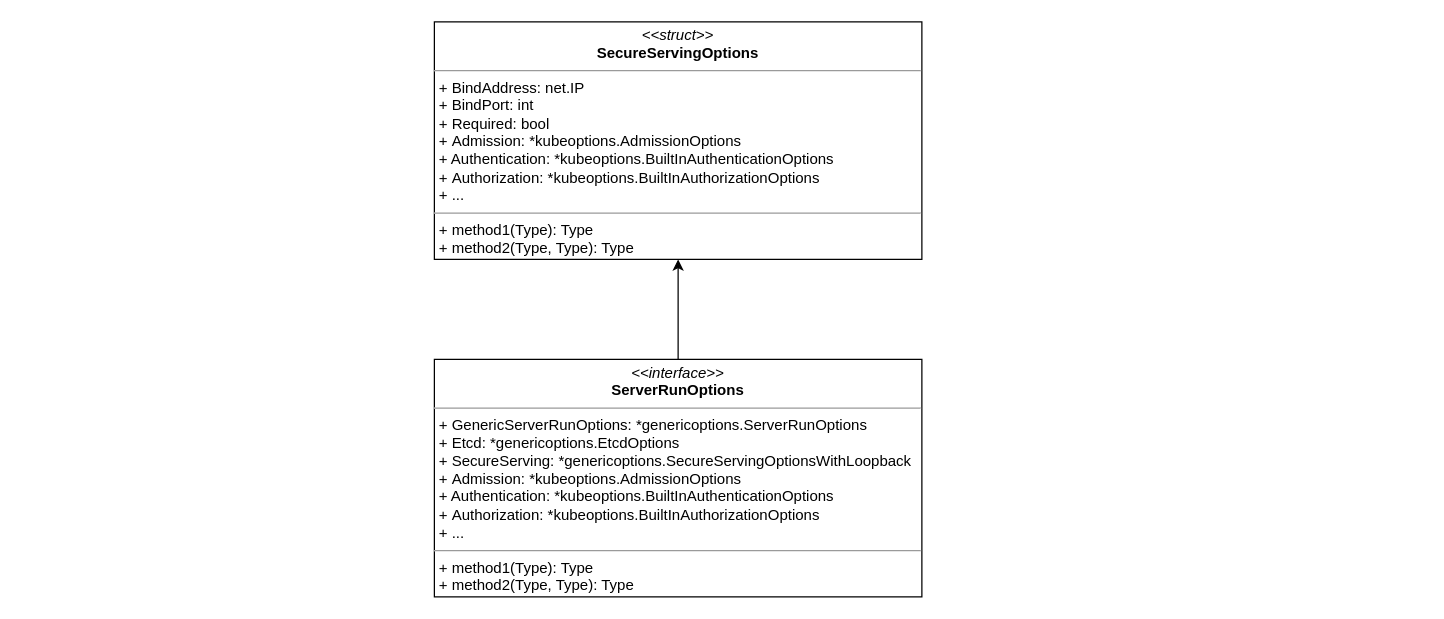
Richard-Joe/draw-io keeps this draw.io diagram as apiserver.drawio. Above is the earlier version. Source tidied: cells renumbered, new cells numbered last; positions are measured from the earlier drawing's top-left corner, leaving out a move shared by most shapes. Both pictures are drawn from the tidied source at 125%, with x=0, y=0 at pixel (434, 21).
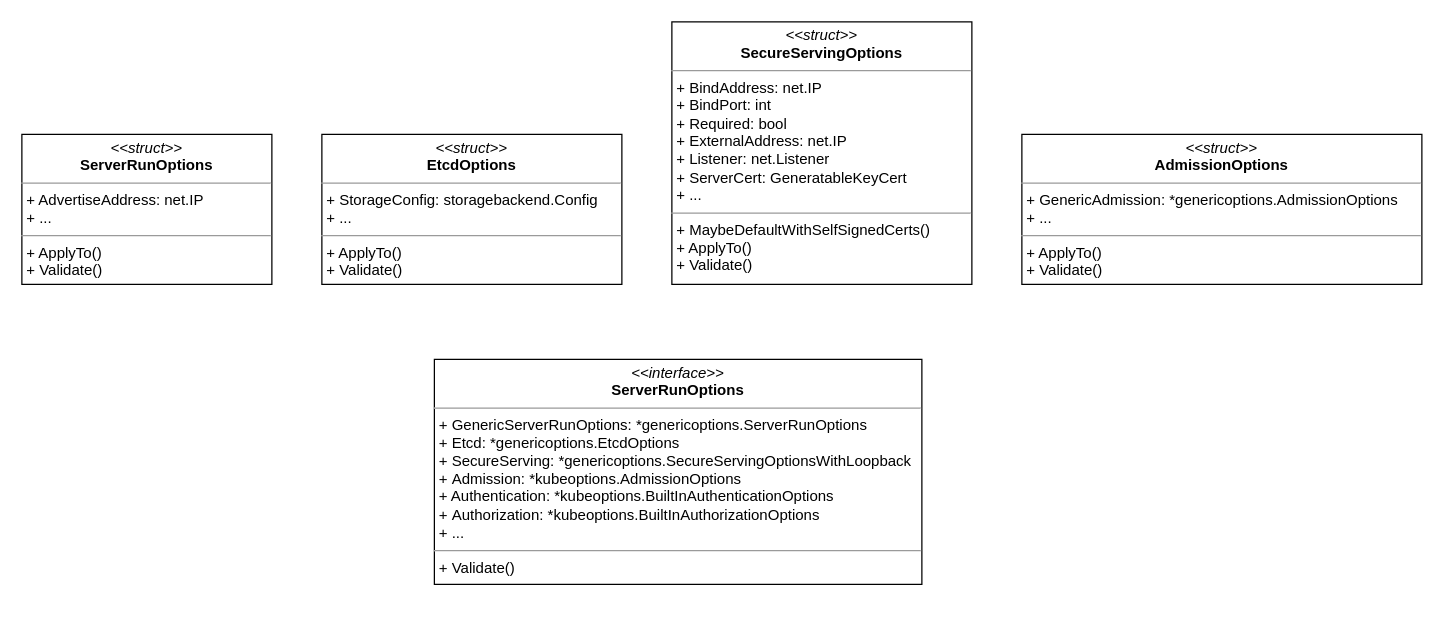
Above is the later version.

The edit, as a diff of the source:
```diff
@@
 <mxGraphModel>
   <root>
     <mxCell id="0" />
     <mxCell id="1" parent="0" />
-    <mxCell id="2" style="edgeStyle=orthogonalEdgeStyle;rounded=0;jettySize=auto;html=1;" parent="1" edge="1" source="3" target="4">
-      <mxGeometry relative="1" as="geometry" />
-    </mxCell>
-    <mxCell id="3" value="&lt;p style=&quot;margin: 0px ; margin-top: 4px ; text-align: center&quot;&gt;&lt;i&gt;&amp;lt;&amp;lt;interface&amp;gt;&amp;gt;&lt;/i&gt;&lt;br&gt;&lt;b&gt;ServerRunOptions&lt;/b&gt;&lt;br&gt;&lt;/p&gt;&lt;hr size=&quot;1&quot;&gt;&lt;p style=&quot;margin: 0px ; margin-left: 4px&quot;&gt;+ GenericServerRunOptions: *genericoptions.ServerRunOptions&lt;br&gt;+ Etcd: *genericoptions.EtcdOptions&lt;/p&gt;&lt;p style=&quot;margin: 0px ; margin-left: 4px&quot;&gt;+&amp;nbsp;SecureServing:&amp;nbsp;*genericoptions.SecureServingOptionsWithLoopback&lt;/p&gt;&lt;p style=&quot;margin: 0px ; margin-left: 4px&quot;&gt;+&amp;nbsp;Admission:&amp;nbsp;*kubeoptions.AdmissionOptions&lt;/p&gt;&lt;p style=&quot;margin: 0px ; margin-left: 4px&quot;&gt;+ Authentication:&amp;nbsp;*kubeoptions.BuiltInAuthenticationOptions&lt;/p&gt;&lt;p style=&quot;margin: 0px ; margin-left: 4px&quot;&gt;+&amp;nbsp;Authorization:&amp;nbsp;*kubeoptions.BuiltInAuthorizationOptions&lt;/p&gt;&lt;p style=&quot;margin: 0px ; margin-left: 4px&quot;&gt;+ ...&lt;/p&gt;&lt;hr size=&quot;1&quot;&gt;&lt;p style=&quot;margin: 0px ; margin-left: 4px&quot;&gt;+ method1(Type): Type&lt;br&gt;+ method2(Type, Type): Type&lt;/p&gt;" style="verticalAlign=top;align=left;overflow=fill;fontSize=12;fontFamily=Helvetica;html=1;" parent="1" vertex="1">
-      <mxGeometry y="270" width="390" height="190" as="geometry" />
+    <mxCell id="3" value="&lt;p style=&quot;margin: 0px ; margin-top: 4px ; text-align: center&quot;&gt;&lt;i&gt;&amp;lt;&amp;lt;interface&amp;gt;&amp;gt;&lt;/i&gt;&lt;br&gt;&lt;b&gt;ServerRunOptions&lt;/b&gt;&lt;br&gt;&lt;/p&gt;&lt;hr size=&quot;1&quot;&gt;&lt;p style=&quot;margin: 0px ; margin-left: 4px&quot;&gt;+ GenericServerRunOptions: *genericoptions.ServerRunOptions&lt;br&gt;+ Etcd: *genericoptions.EtcdOptions&lt;/p&gt;&lt;p style=&quot;margin: 0px ; margin-left: 4px&quot;&gt;+&amp;nbsp;SecureServing:&amp;nbsp;*genericoptions.SecureServingOptionsWithLoopback&lt;/p&gt;&lt;p style=&quot;margin: 0px ; margin-left: 4px&quot;&gt;+&amp;nbsp;Admission:&amp;nbsp;*kubeoptions.AdmissionOptions&lt;/p&gt;&lt;p style=&quot;margin: 0px ; margin-left: 4px&quot;&gt;+ Authentication:&amp;nbsp;*kubeoptions.BuiltInAuthenticationOptions&lt;/p&gt;&lt;p style=&quot;margin: 0px ; margin-left: 4px&quot;&gt;+&amp;nbsp;Authorization:&amp;nbsp;*kubeoptions.BuiltInAuthorizationOptions&lt;/p&gt;&lt;p style=&quot;margin: 0px ; margin-left: 4px&quot;&gt;+ ...&lt;/p&gt;&lt;hr size=&quot;1&quot;&gt;&lt;p style=&quot;margin: 0px ; margin-left: 4px&quot;&gt;+ Validate()&lt;br&gt;&lt;/p&gt;" style="verticalAlign=top;align=left;overflow=fill;fontSize=12;fontFamily=Helvetica;html=1;" parent="1" vertex="1">
+      <mxGeometry y="270" width="390" height="180" as="geometry" />
     </mxCell>
-    <mxCell id="4" value="&lt;p style=&quot;margin: 0px ; margin-top: 4px ; text-align: center&quot;&gt;&lt;i&gt;&amp;lt;&amp;lt;struct&amp;gt;&amp;gt;&lt;/i&gt;&lt;br&gt;&lt;b&gt;SecureServingOptions&lt;/b&gt;&lt;br&gt;&lt;/p&gt;&lt;hr size=&quot;1&quot;&gt;&lt;p style=&quot;margin: 0px ; margin-left: 4px&quot;&gt;+ BindAddress: net.IP&lt;br&gt;+ BindPort: int&lt;/p&gt;&lt;p style=&quot;margin: 0px ; margin-left: 4px&quot;&gt;+&amp;nbsp;Required:&amp;nbsp;bool&lt;/p&gt;&lt;p style=&quot;margin: 0px ; margin-left: 4px&quot;&gt;+&amp;nbsp;Admission:&amp;nbsp;*kubeoptions.AdmissionOptions&lt;/p&gt;&lt;p style=&quot;margin: 0px ; margin-left: 4px&quot;&gt;+ Authentication:&amp;nbsp;*kubeoptions.BuiltInAuthenticationOptions&lt;/p&gt;&lt;p style=&quot;margin: 0px ; margin-left: 4px&quot;&gt;+&amp;nbsp;Authorization:&amp;nbsp;*kubeoptions.BuiltInAuthorizationOptions&lt;/p&gt;&lt;p style=&quot;margin: 0px ; margin-left: 4px&quot;&gt;+ ...&lt;/p&gt;&lt;hr size=&quot;1&quot;&gt;&lt;p style=&quot;margin: 0px ; margin-left: 4px&quot;&gt;+ method1(Type): Type&lt;br&gt;+ method2(Type, Type): Type&lt;/p&gt;" style="verticalAlign=top;align=left;overflow=fill;fontSize=12;fontFamily=Helvetica;html=1;" parent="1" vertex="1">
-      <mxGeometry width="390" height="190" as="geometry" />
+    <mxCell id="4" value="&lt;p style=&quot;margin: 0px ; margin-top: 4px ; text-align: center&quot;&gt;&lt;i&gt;&amp;lt;&amp;lt;struct&amp;gt;&amp;gt;&lt;/i&gt;&lt;br&gt;&lt;b&gt;SecureServingOptions&lt;/b&gt;&lt;br&gt;&lt;/p&gt;&lt;hr size=&quot;1&quot;&gt;&lt;p style=&quot;margin: 0px ; margin-left: 4px&quot;&gt;+ BindAddress: net.IP&lt;br&gt;+ BindPort: int&lt;/p&gt;&lt;p style=&quot;margin: 0px ; margin-left: 4px&quot;&gt;+&amp;nbsp;Required:&amp;nbsp;bool&lt;/p&gt;&lt;p style=&quot;margin: 0px ; margin-left: 4px&quot;&gt;+&amp;nbsp;ExternalAddress:&amp;nbsp;net.IP&lt;/p&gt;&lt;p style=&quot;margin: 0px ; margin-left: 4px&quot;&gt;+ Listener:&amp;nbsp;net.Listener&lt;/p&gt;&lt;p style=&quot;margin: 0px ; margin-left: 4px&quot;&gt;+&amp;nbsp;ServerCert:&amp;nbsp;GeneratableKeyCert&lt;/p&gt;&lt;p style=&quot;margin: 0px ; margin-left: 4px&quot;&gt;+ ...&lt;/p&gt;&lt;hr size=&quot;1&quot;&gt;&lt;p style=&quot;margin: 0px ; margin-left: 4px&quot;&gt;+ MaybeDefaultWithSelfSignedCerts()&lt;br&gt;+ ApplyTo()&lt;/p&gt;&lt;p style=&quot;margin: 0px ; margin-left: 4px&quot;&gt;+&amp;nbsp;Validate()&lt;/p&gt;" style="verticalAlign=top;align=left;overflow=fill;fontSize=12;fontFamily=Helvetica;html=1;" parent="1" vertex="1">
+      <mxGeometry x="190" width="240" height="210" as="geometry" />
     </mxCell>
+    <mxCell id="5" value="&lt;p style=&quot;margin: 0px ; margin-top: 4px ; text-align: center&quot;&gt;&lt;i&gt;&amp;lt;&amp;lt;struct&amp;gt;&amp;gt;&lt;/i&gt;&lt;br&gt;&lt;b&gt;ServerRunOptions&lt;/b&gt;&lt;br&gt;&lt;/p&gt;&lt;hr size=&quot;1&quot;&gt;&lt;p style=&quot;margin: 0px ; margin-left: 4px&quot;&gt;+ AdvertiseAddress: net.IP&lt;br&gt;&lt;/p&gt;&lt;p style=&quot;margin: 0px ; margin-left: 4px&quot;&gt;+ ...&lt;/p&gt;&lt;hr size=&quot;1&quot;&gt;&lt;p style=&quot;margin: 0px ; margin-left: 4px&quot;&gt;+ ApplyTo()&lt;/p&gt;&lt;p style=&quot;margin: 0px ; margin-left: 4px&quot;&gt;+&amp;nbsp;Validate()&lt;/p&gt;" style="verticalAlign=top;align=left;overflow=fill;fontSize=12;fontFamily=Helvetica;html=1;" parent="1" vertex="1">
+      <mxGeometry x="-330" y="90" width="200" height="120" as="geometry" />
+    </mxCell>
+    <mxCell id="6" value="&lt;p style=&quot;margin: 0px ; margin-top: 4px ; text-align: center&quot;&gt;&lt;i&gt;&amp;lt;&amp;lt;struct&amp;gt;&amp;gt;&lt;/i&gt;&lt;br&gt;&lt;b&gt;EtcdOptions&lt;/b&gt;&lt;br&gt;&lt;/p&gt;&lt;hr size=&quot;1&quot;&gt;&lt;p style=&quot;margin: 0px ; margin-left: 4px&quot;&gt;+ StorageConfig: storagebackend.Config&lt;br&gt;&lt;/p&gt;&lt;p style=&quot;margin: 0px ; margin-left: 4px&quot;&gt;+ ...&lt;/p&gt;&lt;hr size=&quot;1&quot;&gt;&lt;p style=&quot;margin: 0px ; margin-left: 4px&quot;&gt;+ ApplyTo()&lt;/p&gt;&lt;p style=&quot;margin: 0px ; margin-left: 4px&quot;&gt;+&amp;nbsp;Validate()&lt;/p&gt;" style="verticalAlign=top;align=left;overflow=fill;fontSize=12;fontFamily=Helvetica;html=1;" parent="1" vertex="1">
+      <mxGeometry x="-90" y="90" width="240" height="120" as="geometry" />
+    </mxCell>
+    <mxCell id="7" value="&lt;p style=&quot;margin: 0px ; margin-top: 4px ; text-align: center&quot;&gt;&lt;i&gt;&amp;lt;&amp;lt;struct&amp;gt;&amp;gt;&lt;/i&gt;&lt;br&gt;&lt;b&gt;AdmissionOptions&lt;/b&gt;&lt;br&gt;&lt;/p&gt;&lt;hr size=&quot;1&quot;&gt;&lt;p style=&quot;margin: 0px ; margin-left: 4px&quot;&gt;+ GenericAdmission: *genericoptions.AdmissionOptions&lt;br&gt;&lt;/p&gt;&lt;p style=&quot;margin: 0px ; margin-left: 4px&quot;&gt;+ ...&lt;/p&gt;&lt;hr size=&quot;1&quot;&gt;&lt;p style=&quot;margin: 0px ; margin-left: 4px&quot;&gt;+ ApplyTo()&lt;/p&gt;&lt;p style=&quot;margin: 0px ; margin-left: 4px&quot;&gt;+&amp;nbsp;Validate()&lt;/p&gt;" style="verticalAlign=top;align=left;overflow=fill;fontSize=12;fontFamily=Helvetica;html=1;" parent="1" vertex="1">
+      <mxGeometry x="470" y="90" width="320" height="120" as="geometry" />
+    </mxCell>
   </root>
 </mxGraphModel>
```
